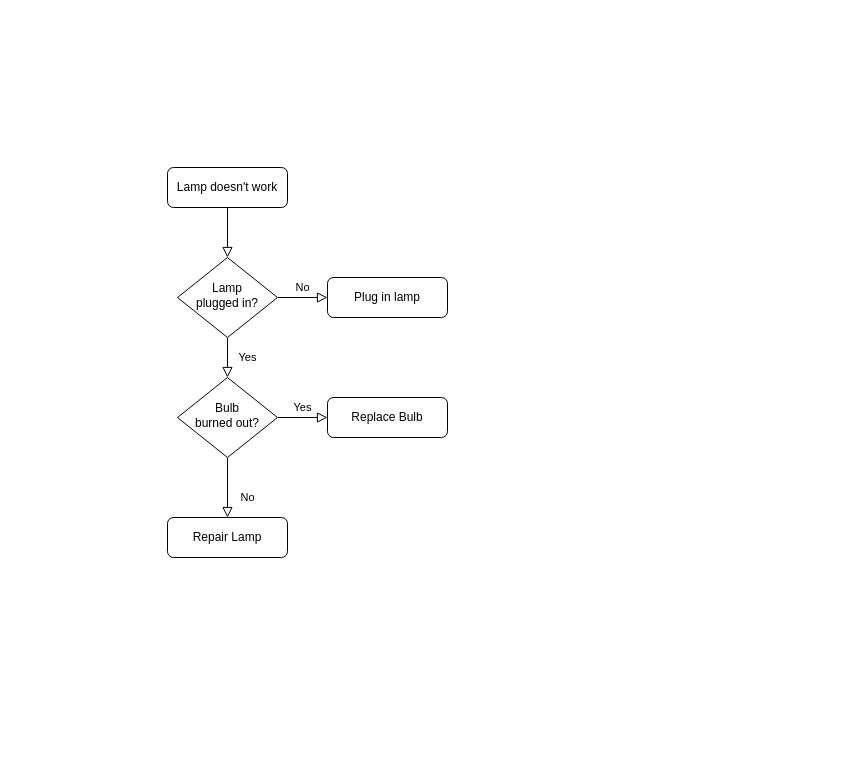
Before: Flowchart SmartCar.drawio in JesseDenaux/SmartSystemsCarProject, a draw.io diagram. Source tidied: cells renumbered, new cells numbered last; positions are measured from the earlier drawing's top-left corner, leaving out a move shared by most shapes. Both pictures are drawn from the tidied source at 100%, with x=0, y=0 at pixel (167, 167).
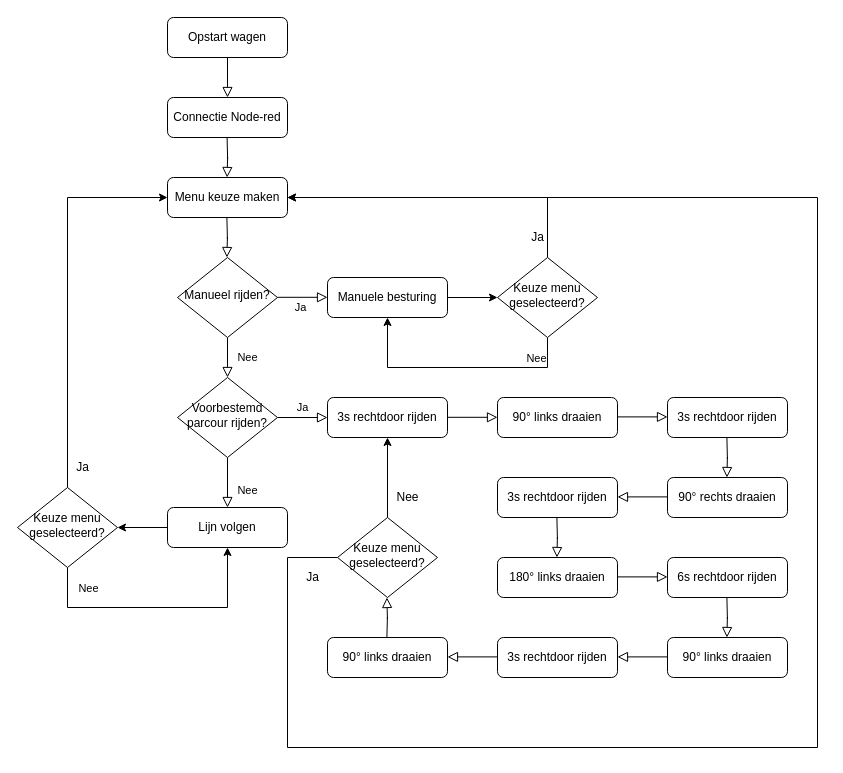
Above is the later version.

Change to the diagram source:
```diff
@@
-    <mxCell id="2" style="rounded=0;html=1;jettySize=auto;fontSize=11;endArrow=block;endFill=0;endSize=8;strokeWidth=1;shadow=0;labelBackgroundColor=none;edgeStyle=orthogonalEdgeStyle;" parent="1" edge="1" source="3" target="6">
+    <mxCell id="2" style="rounded=0;html=1;jettySize=auto;fontSize=11;endArrow=block;endFill=0;endSize=8;strokeWidth=1;shadow=0;labelBackgroundColor=none;edgeStyle=orthogonalEdgeStyle;entryX=0.5;entryY=0;entryDx=0;entryDy=0;" parent="1" edge="1" source="3" target="7">
       <mxGeometry relative="1" as="geometry" />
     </mxCell>
-    <mxCell id="3" value="Lamp doesn't work" style="rounded=1;whiteSpace=wrap;html=1;fontSize=12;glass=0;strokeWidth=1;shadow=0;" parent="1" vertex="1">
-      <mxGeometry width="120" height="40" as="geometry" />
+    <mxCell id="3" value="Opstart wagen" style="rounded=1;whiteSpace=wrap;html=1;fontSize=12;glass=0;strokeWidth=1;shadow=0;" parent="1" vertex="1">
+      <mxGeometry y="-150" width="120" height="40" as="geometry" />
     </mxCell>
-    <mxCell id="4" value="Yes" style="rounded=0;html=1;jettySize=auto;fontSize=11;endArrow=block;endFill=0;endSize=8;strokeWidth=1;shadow=0;labelBackgroundColor=none;edgeStyle=orthogonalEdgeStyle;" parent="1" edge="1" source="6" target="10">
+    <mxCell id="4" value="Nee" style="rounded=0;html=1;jettySize=auto;fontSize=11;endArrow=block;endFill=0;endSize=8;strokeWidth=1;shadow=0;labelBackgroundColor=none;edgeStyle=orthogonalEdgeStyle;" parent="1" edge="1" source="6" target="10">
       <mxGeometry y="20" relative="1" as="geometry" />
     </mxCell>
-    <mxCell id="5" value="No" style="edgeStyle=orthogonalEdgeStyle;rounded=0;html=1;jettySize=auto;fontSize=11;endArrow=block;endFill=0;endSize=8;strokeWidth=1;shadow=0;labelBackgroundColor=none;" parent="1" edge="1" source="6" target="7">
-      <mxGeometry y="10" relative="1" as="geometry" />
-    </mxCell>
-    <mxCell id="6" value="Lamp&lt;br&gt;plugged in?" style="rhombus;whiteSpace=wrap;html=1;shadow=0;fontFamily=Helvetica;fontSize=12;align=center;strokeWidth=1;spacing=6;spacingTop=-4;" parent="1" vertex="1">
+    <mxCell id="6" value="Manueel rijden?" style="rhombus;whiteSpace=wrap;html=1;shadow=0;fontFamily=Helvetica;fontSize=12;align=center;strokeWidth=1;spacing=6;spacingTop=-4;" parent="1" vertex="1">
       <mxGeometry x="10" y="90" width="100" height="80" as="geometry" />
     </mxCell>
-    <mxCell id="7" value="Plug in lamp" style="rounded=1;whiteSpace=wrap;html=1;fontSize=12;glass=0;strokeWidth=1;shadow=0;" parent="1" vertex="1">
-      <mxGeometry x="160" y="110" width="120" height="40" as="geometry" />
+    <mxCell id="7" value="Connectie Node-red" style="rounded=1;whiteSpace=wrap;html=1;fontSize=12;glass=0;strokeWidth=1;shadow=0;" parent="1" vertex="1">
+      <mxGeometry y="-70" width="120" height="40" as="geometry" />
     </mxCell>
-    <mxCell id="8" value="No" style="rounded=0;html=1;jettySize=auto;fontSize=11;endArrow=block;endFill=0;endSize=8;strokeWidth=1;shadow=0;labelBackgroundColor=none;edgeStyle=orthogonalEdgeStyle;" parent="1" edge="1" source="10" target="11">
+    <mxCell id="8" value="Nee" style="rounded=0;html=1;jettySize=auto;fontSize=11;endArrow=block;endFill=0;endSize=8;strokeWidth=1;shadow=0;labelBackgroundColor=none;edgeStyle=orthogonalEdgeStyle;" parent="1" edge="1" source="10" target="11">
       <mxGeometry x="0.33" y="20" relative="1" as="geometry" />
     </mxCell>
-    <mxCell id="9" value="Yes" style="edgeStyle=orthogonalEdgeStyle;rounded=0;html=1;jettySize=auto;fontSize=11;endArrow=block;endFill=0;endSize=8;strokeWidth=1;shadow=0;labelBackgroundColor=none;" parent="1" edge="1" source="10" target="12">
+    <mxCell id="9" value="Ja" style="edgeStyle=orthogonalEdgeStyle;rounded=0;html=1;jettySize=auto;fontSize=11;endArrow=block;endFill=0;endSize=8;strokeWidth=1;shadow=0;labelBackgroundColor=none;" parent="1" edge="1" source="10" target="12">
       <mxGeometry y="10" relative="1" as="geometry" />
     </mxCell>
-    <mxCell id="10" value="Bulb&lt;br&gt;burned out?" style="rhombus;whiteSpace=wrap;html=1;shadow=0;fontFamily=Helvetica;fontSize=12;align=center;strokeWidth=1;spacing=6;spacingTop=-4;" parent="1" vertex="1">
+    <mxCell id="10" value="Voorbestemd parcour rijden?" style="rhombus;whiteSpace=wrap;html=1;shadow=0;fontFamily=Helvetica;fontSize=12;align=center;strokeWidth=1;spacing=6;spacingTop=-4;" parent="1" vertex="1">
       <mxGeometry x="10" y="210" width="100" height="80" as="geometry" />
     </mxCell>
+    <mxCell id="13" style="edgeStyle=orthogonalEdgeStyle;rounded=0;jettySize=auto;html=1;entryX=1;entryY=0.5;entryDx=0;entryDy=0;" parent="1" edge="1" source="11" target="44">
+      <mxGeometry relative="1" as="geometry" />
+    </mxCell>
-    <mxCell id="11" value="Repair Lamp" style="rounded=1;whiteSpace=wrap;html=1;fontSize=12;glass=0;strokeWidth=1;shadow=0;" parent="1" vertex="1">
-      <mxGeometry y="350" width="120" height="40" as="geometry" />
+    <mxCell id="11" value="Lijn volgen" style="rounded=1;whiteSpace=wrap;html=1;fontSize=12;glass=0;strokeWidth=1;shadow=0;" parent="1" vertex="1">
+      <mxGeometry y="340" width="120" height="40" as="geometry" />
     </mxCell>
-    <mxCell id="12" value="Replace Bulb" style="rounded=1;whiteSpace=wrap;html=1;fontSize=12;glass=0;strokeWidth=1;shadow=0;" parent="1" vertex="1">
+    <mxCell id="12" value="3s rechtdoor rijden" style="rounded=1;whiteSpace=wrap;html=1;fontSize=12;glass=0;strokeWidth=1;shadow=0;" parent="1" vertex="1">
       <mxGeometry x="160" y="230" width="120" height="40" as="geometry" />
     </mxCell>
+    <mxCell id="14" value="90° links draaien" style="rounded=1;whiteSpace=wrap;html=1;fontSize=12;glass=0;strokeWidth=1;shadow=0;" parent="1" vertex="1">
+      <mxGeometry x="330" y="230" width="120" height="40" as="geometry" />
+    </mxCell>
+    <mxCell id="15" value="3s rechtdoor rijden" style="rounded=1;whiteSpace=wrap;html=1;fontSize=12;glass=0;strokeWidth=1;shadow=0;" parent="1" vertex="1">
+      <mxGeometry x="500" y="230" width="120" height="40" as="geometry" />
+    </mxCell>
+    <mxCell id="16" value="90° rechts draaien" style="rounded=1;whiteSpace=wrap;html=1;fontSize=12;glass=0;strokeWidth=1;shadow=0;" parent="1" vertex="1">
+      <mxGeometry x="500" y="310" width="120" height="40" as="geometry" />
+    </mxCell>
+    <mxCell id="17" style="edgeStyle=orthogonalEdgeStyle;rounded=0;html=1;jettySize=auto;orthogonalLoop=1;fontSize=11;endArrow=block;endFill=0;endSize=8;strokeWidth=1;shadow=0;labelBackgroundColor=none;" parent="1" edge="1">
+      <mxGeometry y="10" relative="1" as="geometry">
+        <mxPoint x="280" y="249.8" as="sourcePoint" />
+        <mxPoint x="330" y="249.8" as="targetPoint" />
+      </mxGeometry>
+    </mxCell>
+    <mxCell id="18" style="rounded=0;html=1;jettySize=auto;orthogonalLoop=1;fontSize=11;endArrow=block;endFill=0;endSize=8;strokeWidth=1;shadow=0;labelBackgroundColor=none;edgeStyle=orthogonalEdgeStyle;" parent="1" edge="1">
+      <mxGeometry y="20" relative="1" as="geometry">
+        <mxPoint x="559.4" y="270" as="sourcePoint" />
+        <mxPoint x="559.4" y="310" as="targetPoint" />
+      </mxGeometry>
+    </mxCell>
+    <mxCell id="19" value="3s rechtdoor rijden" style="rounded=1;whiteSpace=wrap;html=1;fontSize=12;glass=0;strokeWidth=1;shadow=0;" parent="1" vertex="1">
+      <mxGeometry x="330" y="310" width="120" height="40" as="geometry" />
+    </mxCell>
+    <mxCell id="20" style="rounded=0;html=1;jettySize=auto;orthogonalLoop=1;fontSize=11;endArrow=block;endFill=0;endSize=8;strokeWidth=1;shadow=0;labelBackgroundColor=none;edgeStyle=orthogonalEdgeStyle;" parent="1" edge="1">
+      <mxGeometry y="20" relative="1" as="geometry">
+        <mxPoint x="389.4" y="350" as="sourcePoint" />
+        <mxPoint x="389.4" y="390" as="targetPoint" />
+      </mxGeometry>
+    </mxCell>
+    <mxCell id="21" value="180° links draaien" style="rounded=1;whiteSpace=wrap;html=1;fontSize=12;glass=0;strokeWidth=1;shadow=0;" parent="1" vertex="1">
+      <mxGeometry x="330" y="390" width="120" height="40" as="geometry" />
+    </mxCell>
+    <mxCell id="22" style="edgeStyle=orthogonalEdgeStyle;rounded=0;html=1;jettySize=auto;orthogonalLoop=1;fontSize=11;endArrow=block;endFill=0;endSize=8;strokeWidth=1;shadow=0;labelBackgroundColor=none;" parent="1" edge="1">
+      <mxGeometry y="10" relative="1" as="geometry">
+        <mxPoint x="450" y="409.4" as="sourcePoint" />
+        <mxPoint x="500" y="409.4" as="targetPoint" />
+      </mxGeometry>
+    </mxCell>
+    <mxCell id="23" style="rounded=0;html=1;jettySize=auto;orthogonalLoop=1;fontSize=11;endArrow=block;endFill=0;endSize=8;strokeWidth=1;shadow=0;labelBackgroundColor=none;edgeStyle=orthogonalEdgeStyle;" parent="1" edge="1">
+      <mxGeometry y="20" relative="1" as="geometry">
+        <mxPoint x="559.4" y="430" as="sourcePoint" />
+        <mxPoint x="559.4" y="470" as="targetPoint" />
+      </mxGeometry>
+    </mxCell>
+    <mxCell id="24" value="6s rechtdoor rijden" style="rounded=1;whiteSpace=wrap;html=1;fontSize=12;glass=0;strokeWidth=1;shadow=0;" parent="1" vertex="1">
+      <mxGeometry x="500" y="390" width="120" height="40" as="geometry" />
+    </mxCell>
+    <mxCell id="25" value="90° links draaien" style="rounded=1;whiteSpace=wrap;html=1;fontSize=12;glass=0;strokeWidth=1;shadow=0;" parent="1" vertex="1">
+      <mxGeometry x="500" y="470" width="120" height="40" as="geometry" />
+    </mxCell>
+    <mxCell id="26" value="3s rechtdoor rijden" style="rounded=1;whiteSpace=wrap;html=1;fontSize=12;glass=0;strokeWidth=1;shadow=0;" parent="1" vertex="1">
+      <mxGeometry x="330" y="470" width="120" height="40" as="geometry" />
+    </mxCell>
+    <mxCell id="27" value="90° links draaien" style="rounded=1;whiteSpace=wrap;html=1;fontSize=12;glass=0;strokeWidth=1;shadow=0;" parent="1" vertex="1">
+      <mxGeometry x="160" y="470" width="120" height="40" as="geometry" />
+    </mxCell>
+    <mxCell id="28" style="rounded=0;html=1;jettySize=auto;orthogonalLoop=1;fontSize=11;endArrow=block;endFill=0;endSize=8;strokeWidth=1;shadow=0;labelBackgroundColor=none;edgeStyle=orthogonalEdgeStyle;" parent="1" edge="1">
+      <mxGeometry y="20" relative="1" as="geometry">
+        <mxPoint x="219.4" y="470" as="sourcePoint" />
+        <mxPoint x="219.4" y="430" as="targetPoint" />
+      </mxGeometry>
+    </mxCell>
+    <mxCell id="29" style="edgeStyle=orthogonalEdgeStyle;rounded=0;jettySize=auto;html=1;" parent="1" edge="1" source="30" target="39">
+      <mxGeometry relative="1" as="geometry" />
+    </mxCell>
+    <mxCell id="30" value="Manuele besturing" style="rounded=1;whiteSpace=wrap;html=1;fontSize=12;glass=0;strokeWidth=1;shadow=0;" parent="1" vertex="1">
+      <mxGeometry x="160" y="110" width="120" height="40" as="geometry" />
+    </mxCell>
+    <mxCell id="31" style="edgeStyle=orthogonalEdgeStyle;rounded=0;html=1;jettySize=auto;orthogonalLoop=1;fontSize=11;endArrow=block;endFill=0;endSize=8;strokeWidth=1;shadow=0;labelBackgroundColor=none;" parent="1" edge="1">
+      <mxGeometry y="10" relative="1" as="geometry">
+        <mxPoint x="110" y="129.8" as="sourcePoint" />
+        <mxPoint x="160" y="129.8" as="targetPoint" />
+      </mxGeometry>
+    </mxCell>
+    <mxCell id="32" value="Ja" style="edgeLabel;html=1;align=center;verticalAlign=middle;" parent="31" vertex="1">
+      <mxGeometry x="-0.13" y="-2" relative="1" as="geometry">
+        <mxPoint y="8" as="offset" />
+      </mxGeometry>
+    </mxCell>
+    <mxCell id="33" style="rounded=0;html=1;jettySize=auto;orthogonalLoop=1;fontSize=11;endArrow=block;endFill=0;endSize=8;strokeWidth=1;shadow=0;labelBackgroundColor=none;edgeStyle=orthogonalEdgeStyle;entryX=0.5;entryY=0;entryDx=0;entryDy=0;" parent="1" edge="1">
+      <mxGeometry relative="1" as="geometry">
+        <mxPoint x="59.4" y="50" as="sourcePoint" />
+        <mxPoint x="59.4" y="90" as="targetPoint" />
+      </mxGeometry>
+    </mxCell>
+    <mxCell id="34" value="Menu keuze maken" style="rounded=1;whiteSpace=wrap;html=1;fontSize=12;glass=0;strokeWidth=1;shadow=0;" parent="1" vertex="1">
+      <mxGeometry y="10" width="120" height="40" as="geometry" />
+    </mxCell>
+    <mxCell id="35" style="rounded=0;html=1;jettySize=auto;orthogonalLoop=1;fontSize=11;endArrow=block;endFill=0;endSize=8;strokeWidth=1;shadow=0;labelBackgroundColor=none;edgeStyle=orthogonalEdgeStyle;entryX=0.5;entryY=0;entryDx=0;entryDy=0;" parent="1" edge="1">
+      <mxGeometry relative="1" as="geometry">
+        <mxPoint x="59.6" y="-30" as="sourcePoint" />
+        <mxPoint x="59.6" y="10" as="targetPoint" />
+      </mxGeometry>
+    </mxCell>
+    <mxCell id="36" style="edgeStyle=orthogonalEdgeStyle;rounded=0;jettySize=auto;html=1;entryX=0.5;entryY=1;entryDx=0;entryDy=0;" parent="1" edge="1" source="39" target="30">
+      <mxGeometry relative="1" as="geometry">
+        <Array as="points">
+          <mxPoint x="380" y="200" />
+          <mxPoint x="220" y="200" />
+        </Array>
+      </mxGeometry>
+    </mxCell>
+    <mxCell id="37" value="Nee" style="edgeLabel;html=1;align=center;verticalAlign=middle;" parent="36" vertex="1">
+      <mxGeometry x="-0.65" y="2" relative="1" as="geometry">
+        <mxPoint y="-12" as="offset" />
+      </mxGeometry>
+    </mxCell>
+    <mxCell id="38" style="edgeStyle=orthogonalEdgeStyle;rounded=0;jettySize=auto;html=1;entryX=1;entryY=0.5;entryDx=0;entryDy=0;" parent="1" edge="1" source="39" target="34">
+      <mxGeometry relative="1" as="geometry">
+        <Array as="points">
+          <mxPoint x="380" y="30" />
+        </Array>
+      </mxGeometry>
+    </mxCell>
+    <mxCell id="39" value="Keuze menu geselecteerd?" style="rhombus;whiteSpace=wrap;html=1;shadow=0;fontFamily=Helvetica;fontSize=12;align=center;strokeWidth=1;spacing=6;spacingTop=-4;" parent="1" vertex="1">
+      <mxGeometry x="330" y="90" width="100" height="80" as="geometry" />
+    </mxCell>
+    <mxCell id="40" value="Ja" style="text;html=1;align=center;verticalAlign=middle;strokeColor=none;fillColor=none;" parent="1" vertex="1">
+      <mxGeometry x="355" y="60" width="30" height="20" as="geometry" />
+    </mxCell>
+    <mxCell id="41" style="edgeStyle=orthogonalEdgeStyle;rounded=0;jettySize=auto;html=1;entryX=0;entryY=0.5;entryDx=0;entryDy=0;" parent="1" edge="1" source="44" target="34">
+      <mxGeometry relative="1" as="geometry">
+        <Array as="points">
+          <mxPoint x="-100" y="30" />
+        </Array>
+      </mxGeometry>
+    </mxCell>
+    <mxCell id="42" style="edgeStyle=orthogonalEdgeStyle;rounded=0;jettySize=auto;html=1;entryX=0.5;entryY=1;entryDx=0;entryDy=0;" parent="1" edge="1" source="44" target="11">
+      <mxGeometry relative="1" as="geometry">
+        <Array as="points">
+          <mxPoint x="-100" y="440" />
+          <mxPoint x="60" y="440" />
+        </Array>
+      </mxGeometry>
+    </mxCell>
+    <mxCell id="43" value="Nee" style="edgeLabel;html=1;align=center;verticalAlign=middle;" parent="42" vertex="1">
+      <mxGeometry x="-0.52" relative="1" as="geometry">
+        <mxPoint x="-2" y="-20" as="offset" />
+      </mxGeometry>
+    </mxCell>
+    <mxCell id="44" value="Keuze menu geselecteerd?" style="rhombus;whiteSpace=wrap;html=1;shadow=0;fontFamily=Helvetica;fontSize=12;align=center;strokeWidth=1;spacing=6;spacingTop=-4;" parent="1" vertex="1">
+      <mxGeometry x="-150" y="320" width="100" height="80" as="geometry" />
+    </mxCell>
+    <mxCell id="45" value="Ja" style="text;html=1;align=center;verticalAlign=middle;strokeColor=none;fillColor=none;" parent="1" vertex="1">
+      <mxGeometry x="-100" y="290" width="30" height="20" as="geometry" />
+    </mxCell>
+    <mxCell id="46" style="edgeStyle=orthogonalEdgeStyle;rounded=0;html=1;jettySize=auto;orthogonalLoop=1;fontSize=11;endArrow=block;endFill=0;endSize=8;strokeWidth=1;shadow=0;labelBackgroundColor=none;" parent="1" edge="1">
+      <mxGeometry y="10" relative="1" as="geometry">
+        <mxPoint x="450" y="249.4" as="sourcePoint" />
+        <mxPoint x="500" y="249.4" as="targetPoint" />
+      </mxGeometry>
+    </mxCell>
+    <mxCell id="47" style="edgeStyle=orthogonalEdgeStyle;rounded=0;html=1;jettySize=auto;orthogonalLoop=1;fontSize=11;endArrow=block;endFill=0;endSize=8;strokeWidth=1;shadow=0;labelBackgroundColor=none;" parent="1" edge="1">
+      <mxGeometry y="10" relative="1" as="geometry">
+        <mxPoint x="500" y="329.4" as="sourcePoint" />
+        <mxPoint x="450" y="329.4" as="targetPoint" />
+      </mxGeometry>
+    </mxCell>
+    <mxCell id="48" style="edgeStyle=orthogonalEdgeStyle;rounded=0;html=1;jettySize=auto;orthogonalLoop=1;fontSize=11;endArrow=block;endFill=0;endSize=8;strokeWidth=1;shadow=0;labelBackgroundColor=none;" parent="1" edge="1">
+      <mxGeometry y="10" relative="1" as="geometry">
+        <mxPoint x="500" y="489.4" as="sourcePoint" />
+        <mxPoint x="450" y="489.4" as="targetPoint" />
+      </mxGeometry>
+    </mxCell>
+    <mxCell id="49" style="edgeStyle=orthogonalEdgeStyle;rounded=0;html=1;jettySize=auto;orthogonalLoop=1;fontSize=11;endArrow=block;endFill=0;endSize=8;strokeWidth=1;shadow=0;labelBackgroundColor=none;" parent="1" edge="1">
+      <mxGeometry y="10" relative="1" as="geometry">
+        <mxPoint x="330" y="489.4" as="sourcePoint" />
+        <mxPoint x="280" y="489.4" as="targetPoint" />
+      </mxGeometry>
+    </mxCell>
+    <mxCell id="50" style="edgeStyle=orthogonalEdgeStyle;rounded=0;jettySize=auto;html=1;entryX=0.5;entryY=1;entryDx=0;entryDy=0;" parent="1" edge="1" source="52" target="12">
+      <mxGeometry relative="1" as="geometry" />
+    </mxCell>
+    <mxCell id="51" style="edgeStyle=orthogonalEdgeStyle;rounded=0;jettySize=auto;html=1;" parent="1" edge="1" source="52" target="34">
+      <mxGeometry relative="1" as="geometry">
+        <Array as="points">
+          <mxPoint x="120" y="390" />
+          <mxPoint x="120" y="580" />
+          <mxPoint x="650" y="580" />
+          <mxPoint x="650" y="30" />
+        </Array>
+      </mxGeometry>
+    </mxCell>
+    <mxCell id="52" value="Keuze menu geselecteerd?" style="rhombus;whiteSpace=wrap;html=1;shadow=0;fontFamily=Helvetica;fontSize=12;align=center;strokeWidth=1;spacing=6;spacingTop=-4;" parent="1" vertex="1">
+      <mxGeometry x="170" y="350" width="100" height="80" as="geometry" />
+    </mxCell>
+    <mxCell id="53" value="Nee" style="text;html=1;align=center;verticalAlign=middle;strokeColor=none;fillColor=none;" parent="1" vertex="1">
+      <mxGeometry x="220" y="320" width="40" height="20" as="geometry" />
+    </mxCell>
+    <mxCell id="54" value="Ja" style="text;html=1;align=center;verticalAlign=middle;strokeColor=none;fillColor=none;" parent="1" vertex="1">
+      <mxGeometry x="130" y="400" width="30" height="20" as="geometry" />
+    </mxCell>
```
